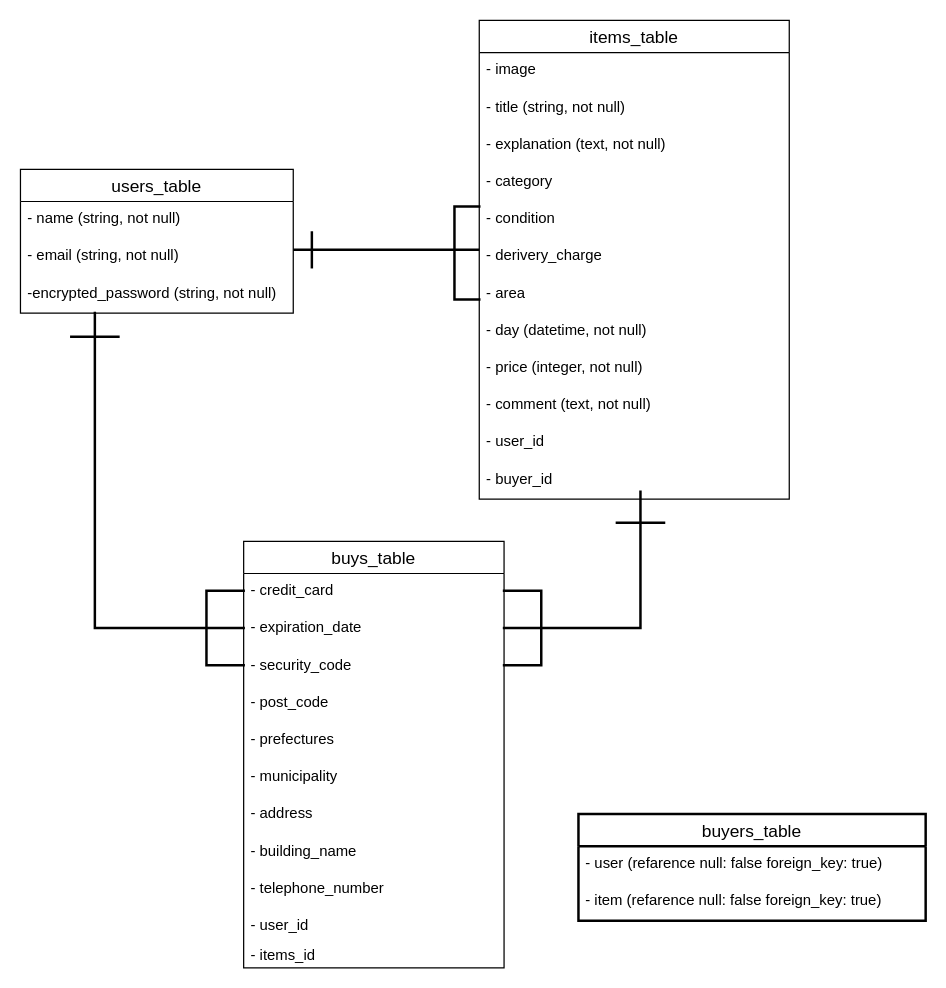
Above: test.dio in tahanae/furima-36337 (draw.io), before the change. Source tidied: cells renumbered, new cells numbered last; positions are measured from the earlier drawing's top-left corner, leaving out a move shared by most shapes. Both pictures are drawn from the tidied source at 124%, with x=0, y=0 at pixel (20, 20).
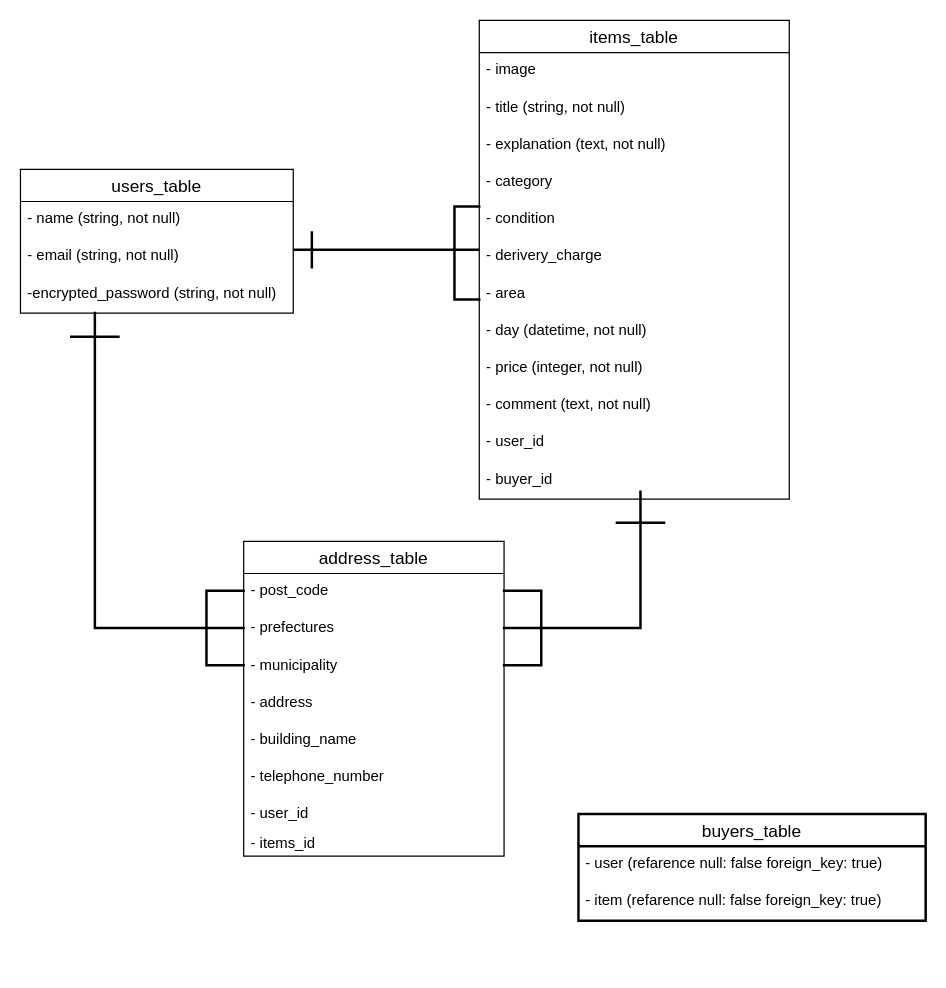
The same diagram, later.

The edit, as a diff of the source:
```diff
@@
-    <mxCell id="19" value="buys_table" style="swimlane;fontStyle=0;horizontal=1;startSize=26;align=center;fontSize=14;gradientColor=none;" parent="1" vertex="1">
-      <mxGeometry x="180" y="420" width="210" height="344" as="geometry" />
+    <mxCell id="19" value="address_table" style="swimlane;fontStyle=0;horizontal=1;startSize=26;align=center;fontSize=14;gradientColor=none;" parent="1" vertex="1">
+      <mxGeometry x="180" y="420" width="210" height="254" as="geometry" />
     </mxCell>
-    <mxCell id="20" value="- credit_card " style="text;strokeColor=none;fillColor=none;spacingLeft=4;spacingRight=4;overflow=hidden;fontSize=12;" parent="19" vertex="1">
-      <mxGeometry y="26" width="210" height="30" as="geometry" />
-    </mxCell>
-    <mxCell id="21" value="- expiration_date" style="text;strokeColor=none;fillColor=none;spacingLeft=4;spacingRight=4;overflow=hidden;fontSize=12;" parent="19" vertex="1">
-      <mxGeometry y="56" width="210" height="30" as="geometry" />
-    </mxCell>
-    <mxCell id="22" value="- security_code" style="text;strokeColor=none;fillColor=none;spacingLeft=4;spacingRight=4;overflow=hidden;fontSize=12;" parent="19" vertex="1">
-      <mxGeometry y="86" width="210" height="30" as="geometry" />
-    </mxCell>
     <mxCell id="23" value="- post_code  " style="text;strokeColor=none;fillColor=none;spacingLeft=4;spacingRight=4;overflow=hidden;fontSize=12;" parent="19" vertex="1">
-      <mxGeometry y="116" width="210" height="30" as="geometry" />
+      <mxGeometry y="26" width="210" height="30" as="geometry" />
     </mxCell>
     <mxCell id="24" value="- prefectures" style="text;strokeColor=none;fillColor=none;spacingLeft=4;spacingRight=4;overflow=hidden;fontSize=12;" parent="19" vertex="1">
-      <mxGeometry y="146" width="210" height="30" as="geometry" />
+      <mxGeometry y="56" width="210" height="30" as="geometry" />
     </mxCell>
     <mxCell id="25" value="- municipality" style="text;strokeColor=none;fillColor=none;spacingLeft=4;spacingRight=4;overflow=hidden;fontSize=12;" parent="19" vertex="1">
-      <mxGeometry y="176" width="210" height="30" as="geometry" />
+      <mxGeometry y="86" width="210" height="30" as="geometry" />
     </mxCell>
     <mxCell id="26" value="- address" style="text;strokeColor=none;fillColor=none;spacingLeft=4;spacingRight=4;overflow=hidden;fontSize=12;" parent="19" vertex="1">
-      <mxGeometry y="206" width="210" height="30" as="geometry" />
+      <mxGeometry y="116" width="210" height="30" as="geometry" />
     </mxCell>
     <mxCell id="27" value="- building_name" style="text;strokeColor=none;fillColor=none;spacingLeft=4;spacingRight=4;overflow=hidden;fontSize=12;" parent="19" vertex="1">
-      <mxGeometry y="236" width="210" height="30" as="geometry" />
+      <mxGeometry y="146" width="210" height="30" as="geometry" />
     </mxCell>
     <mxCell id="28" value="- telephone_number" style="text;strokeColor=none;fillColor=none;spacingLeft=4;spacingRight=4;overflow=hidden;fontSize=12;" parent="19" vertex="1">
-      <mxGeometry y="266" width="210" height="30" as="geometry" />
+      <mxGeometry y="176" width="210" height="30" as="geometry" />
     </mxCell>
     <mxCell id="29" value="- user_id" style="text;strokeColor=none;fillColor=none;spacingLeft=4;spacingRight=4;overflow=hidden;fontSize=12;" parent="19" vertex="1">
-      <mxGeometry y="296" width="210" height="24" as="geometry" />
+      <mxGeometry y="206" width="210" height="24" as="geometry" />
     </mxCell>
     <mxCell id="30" value="- items_id" style="text;strokeColor=none;fillColor=none;spacingLeft=4;spacingRight=4;overflow=hidden;fontSize=12;" parent="19" vertex="1">
-      <mxGeometry y="320" width="210" height="24" as="geometry" />
+      <mxGeometry y="230" width="210" height="24" as="geometry" />
     </mxCell>
```
